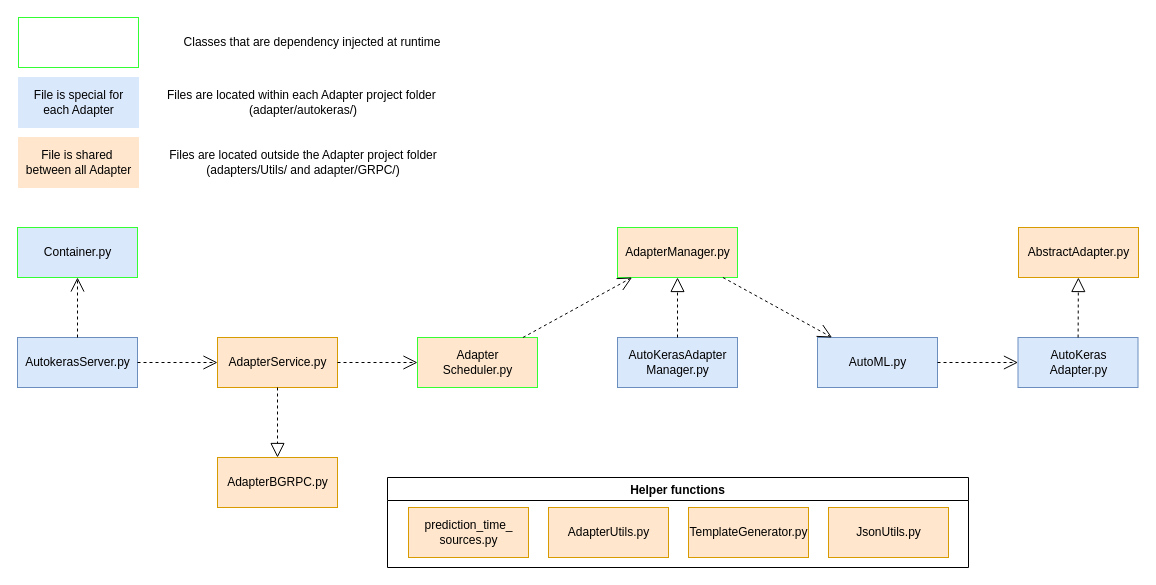
The draw.io diagram docs/draw.io/Adapter file structure.drawio in hochschule-darmstadt/MetaAutoML, before the edit. Source tidied: cells renumbered, new cells numbered last; positions are measured from the earlier drawing's top-left corner, leaving out a move shared by most shapes. Both pictures are drawn from the tidied source at 100%, with x=0, y=0 at pixel (17, 17).
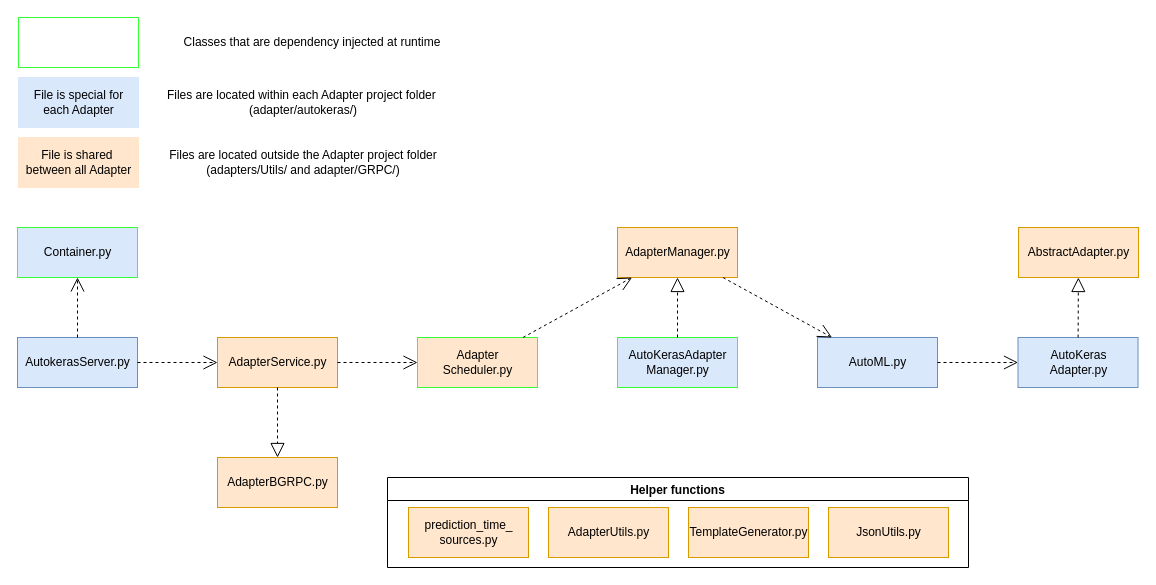
The same page after the edit.

What changed in the source:
```diff
@@
-    <mxCell id="6" value="AdapterManager.py" style="html=1;fillColor=#ffe6cc;strokeColor=#33FF33;" parent="1" vertex="1">
+    <mxCell id="6" value="AdapterManager.py" style="html=1;fillColor=#ffe6cc;strokeColor=#D79B00;" parent="1" vertex="1">
       <mxGeometry x="600" y="210" width="120" height="50" as="geometry" />
     </mxCell>
@@
-    <mxCell id="8" value="AutoKerasAdapter&lt;br&gt;Manager.py" style="html=1;fillColor=#dae8fc;strokeColor=#6c8ebf;" parent="1" vertex="1">
+    <mxCell id="8" value="AutoKerasAdapter&lt;br&gt;Manager.py" style="html=1;fillColor=#dae8fc;strokeColor=#33FF33;" parent="1" vertex="1">
       <mxGeometry x="600" y="320" width="120" height="50" as="geometry" />
     </mxCell>
```
